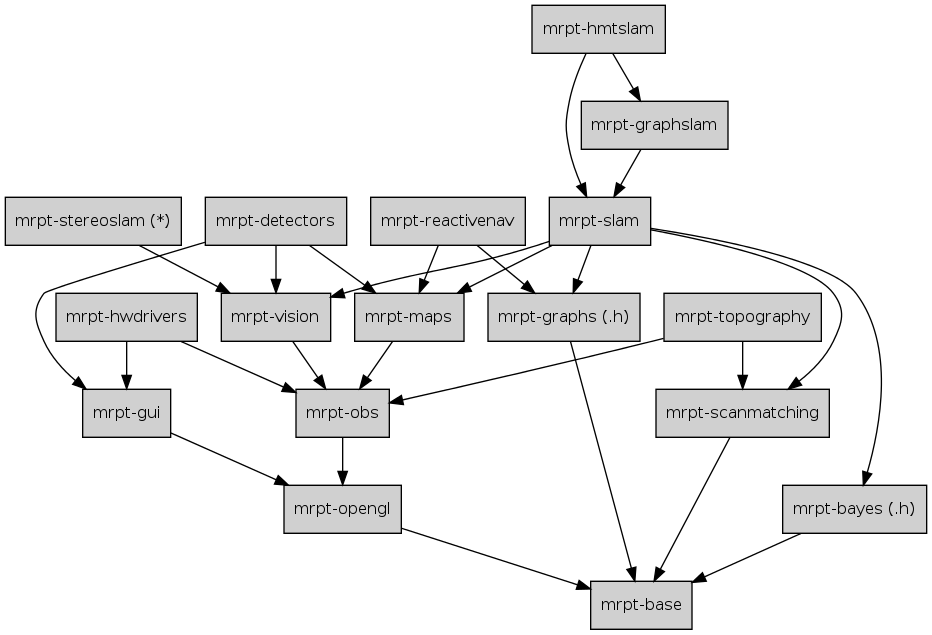
Before: doc/design_of_images/graph_mrpt_libs.png, a diagram exported from Graphviz (MRPT/mrpt). Its source is kept beside it as doc/design_of_images/graph_mrpt_libs.dot.
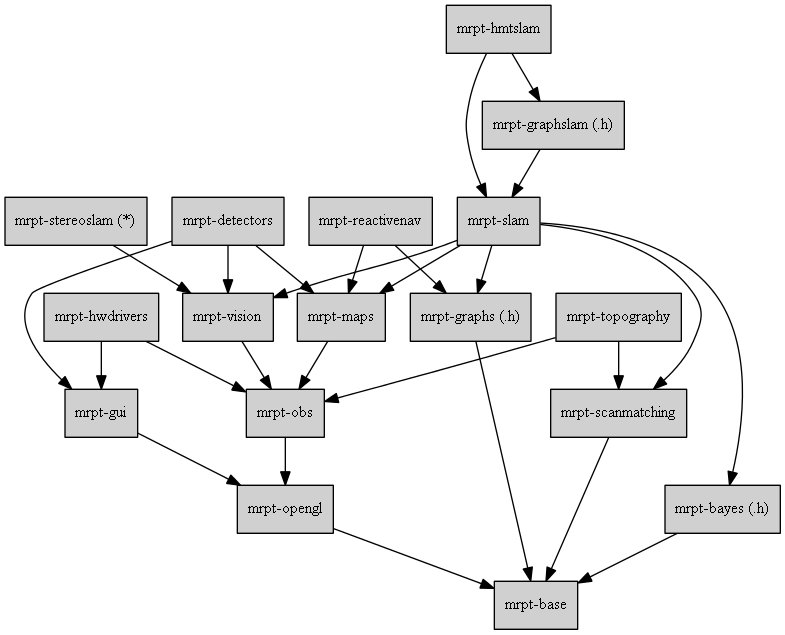
The same diagram one commit later.

Commit message:
- The lib mrpt-graphslam is now also header-only. - Removed link_pragmas.h file in mrpt-graphs, not needed anymore.

What changed in the source:
```diff
@@ -15,7 +15,7 @@
 	scanmatching 		[label="mrpt-scanmatching",URL="group__mrpt__scanmatching__grp.html"];
 
 	slam 		[label="mrpt-slam",URL="group__mrpt__slam__grp.html"];
-	graphslam	[label="mrpt-graphslam",URL="group__mrpt__graphslam__grp.html"];
+	graphslam	[label="mrpt-graphslam (.h)",URL="group__mrpt__graphslam__grp.html"];
 
 	hmtslam		[label="mrpt-hmtslam",URL="group__mrpt__hmtslam__grp.html"];
 	reactivenav	[label="mrpt-reactivenav",URL="group__mrpt__reactivenav__grp.html"];
```
